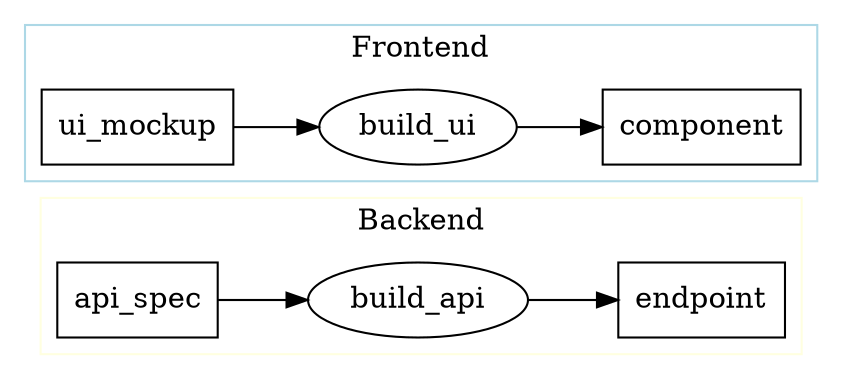
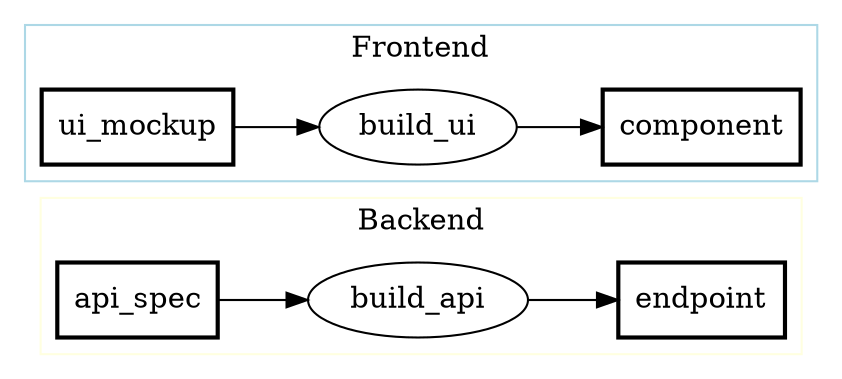
digraph PFDSL {
  rankdir=LR;
  newrank=true;

  subgraph cluster_backend {
    label="Backend";
    color="lightyellow";
-     "api_spec" [shape=box, label="api_spec"];
+     "api_spec" [shape=box, label="api_spec", penwidth="2"];
    "build_api" [shape=ellipse, label="build_api"];
-     "endpoint" [shape=box, label="endpoint"];
+     "endpoint" [shape=box, label="endpoint", penwidth="2"];
  }
  subgraph cluster_frontend {
    label="Frontend";
    color="lightblue";
    "build_ui" [shape=ellipse, label="build_ui"];
-     "component" [shape=box, label="component"];
-     "ui_mockup" [shape=box, label="ui_mockup"];
+     "component" [shape=box, label="component", penwidth="2"];
+     "ui_mockup" [shape=box, label="ui_mockup", penwidth="2"];
  }

  "api_spec" -> "build_api";
  "build_api" -> "endpoint";
  "ui_mockup" -> "build_ui";
  "build_ui" -> "component";
}
